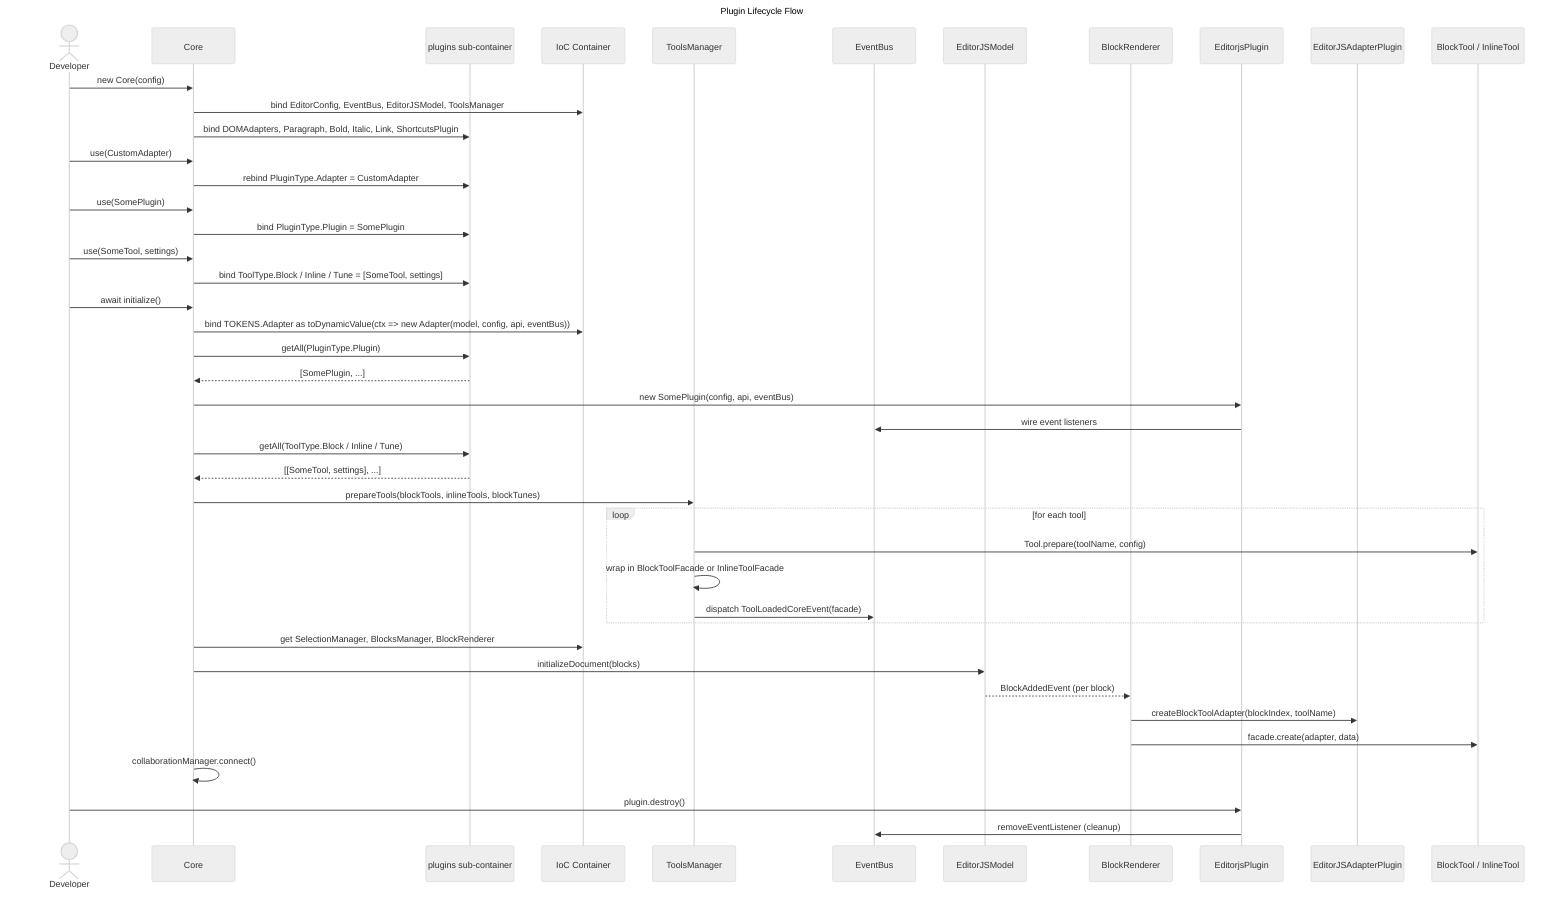
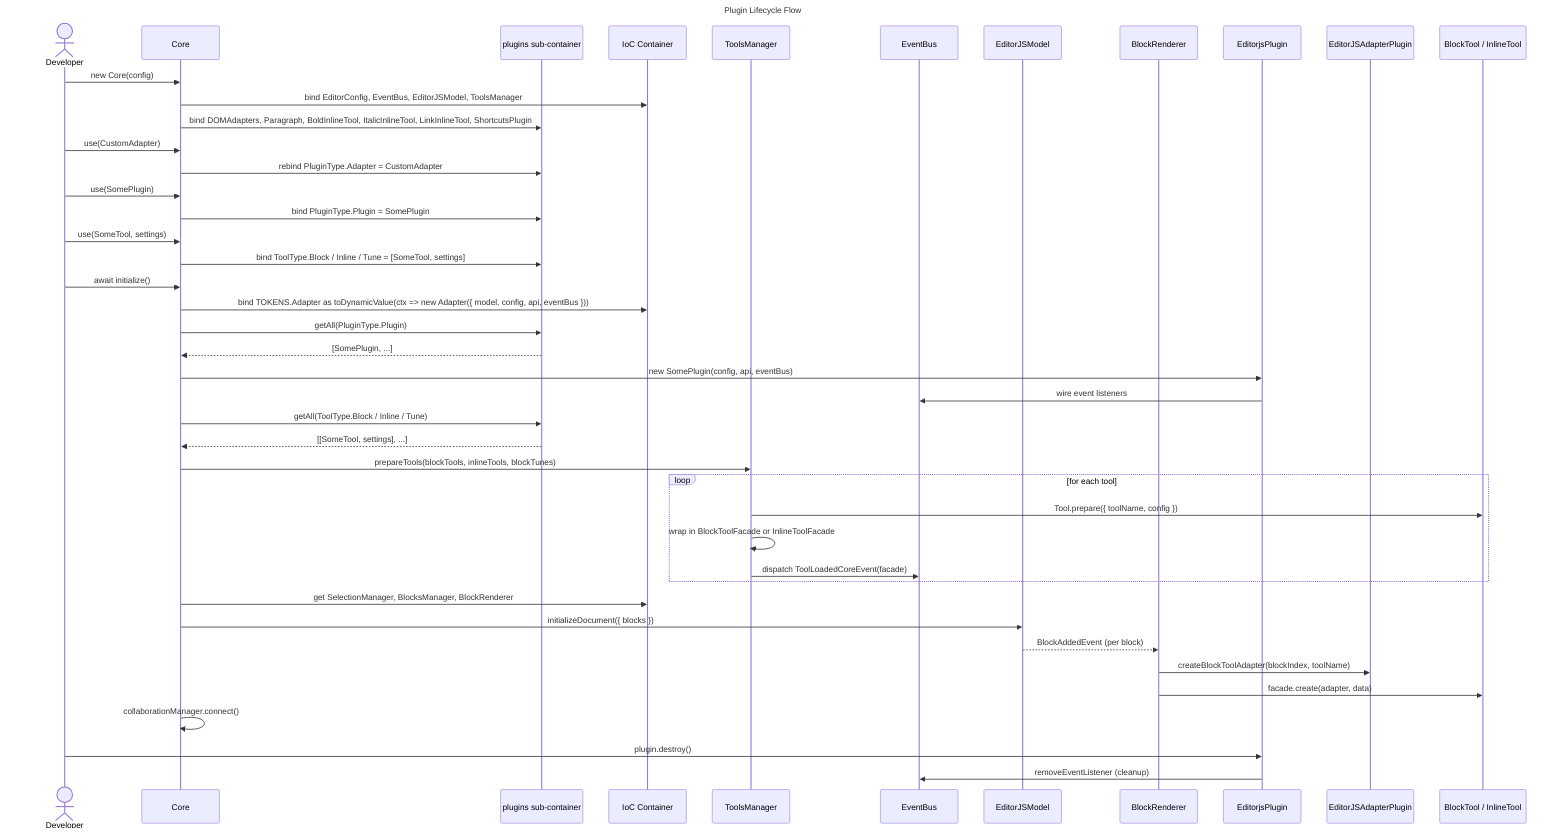
---
title: Plugin Lifecycle Flow
- config:
-   theme: neutral
---
%% See: ../plugins.md
sequenceDiagram
  actor Dev as Developer
  participant Core
  participant Plugins as plugins sub-container
  participant IoC as IoC Container
  participant ToolsManager
  participant EventBus
  participant EditorJSModel
  participant BlockRenderer
  participant Plugin as EditorjsPlugin
  participant Adapter as EditorJSAdapterPlugin
  participant Tool as BlockTool / InlineTool

  %% ── Constructor ──────────────────────────────────
  Dev->>Core: new Core(config)
  Core->>IoC: bind EditorConfig, EventBus, EditorJSModel, ToolsManager
-   Core->>Plugins: bind DOMAdapters, Paragraph, Bold, Italic, Link, ShortcutsPlugin
+    Core->>Plugins: bind DOMAdapters, Paragraph, BoldInlineTool, ItalicInlineTool, LinkInlineTool, ShortcutsPlugin

  %% ── Registration ─────────────────────────────────

  Dev->>Core: use(CustomAdapter)
  Core->>Plugins: rebind PluginType.Adapter = CustomAdapter

  Dev->>Core: use(SomePlugin)
  Core->>Plugins: bind PluginType.Plugin = SomePlugin

  Dev->>Core: use(SomeTool, settings)
  Core->>Plugins: bind ToolType.Block / Inline / Tune = [SomeTool, settings]

  %% ── await initialize() ───────────────────────────
  Dev->>Core: await initialize()

-   Core->>IoC: bind TOKENS.Adapter as toDynamicValue(ctx => new Adapter(model, config, api, eventBus))
+    Core->>IoC: bind TOKENS.Adapter as toDynamicValue(ctx => new Adapter({ model, config, api, eventBus }))

  Core->>Plugins: getAll(PluginType.Plugin)
  Plugins-->>Core: [SomePlugin, ...]
  Core->>Plugin: new SomePlugin(config, api, eventBus)
  Plugin->>EventBus: wire event listeners

  Core->>Plugins: getAll(ToolType.Block / Inline / Tune)
  Plugins-->>Core: [[SomeTool, settings], ...]
  Core->>ToolsManager: prepareTools(blockTools, inlineTools, blockTunes)
-   loop for each tool
-     ToolsManager->>Tool: Tool.prepare(toolName, config)
-     ToolsManager->>ToolsManager: wrap in BlockToolFacade or InlineToolFacade
-     ToolsManager->>EventBus: dispatch ToolLoadedCoreEvent(facade)
-   end
+    loop for each tool
+      ToolsManager->>Tool: Tool.prepare({ toolName, config })
+      ToolsManager->>ToolsManager: wrap in BlockToolFacade or InlineToolFacade
+      ToolsManager->>EventBus: dispatch ToolLoadedCoreEvent(facade)
+    end

  Core->>IoC: get SelectionManager, BlocksManager, BlockRenderer

-   Core->>EditorJSModel: initializeDocument(blocks)
-   EditorJSModel-->>BlockRenderer: BlockAddedEvent (per block)
+    Core->>EditorJSModel: initializeDocument({ blocks })
+    EditorJSModel-->>BlockRenderer: BlockAddedEvent (per block)
  BlockRenderer->>Adapter: createBlockToolAdapter(blockIndex, toolName)
  BlockRenderer->>Tool: facade.create(adapter, data)

  Core->>Core: collaborationManager.connect()

  %% ── Destroy ──────────────────────────────────────
  Dev->>Plugin: plugin.destroy()
  Plugin->>EventBus: removeEventListener (cleanup)
